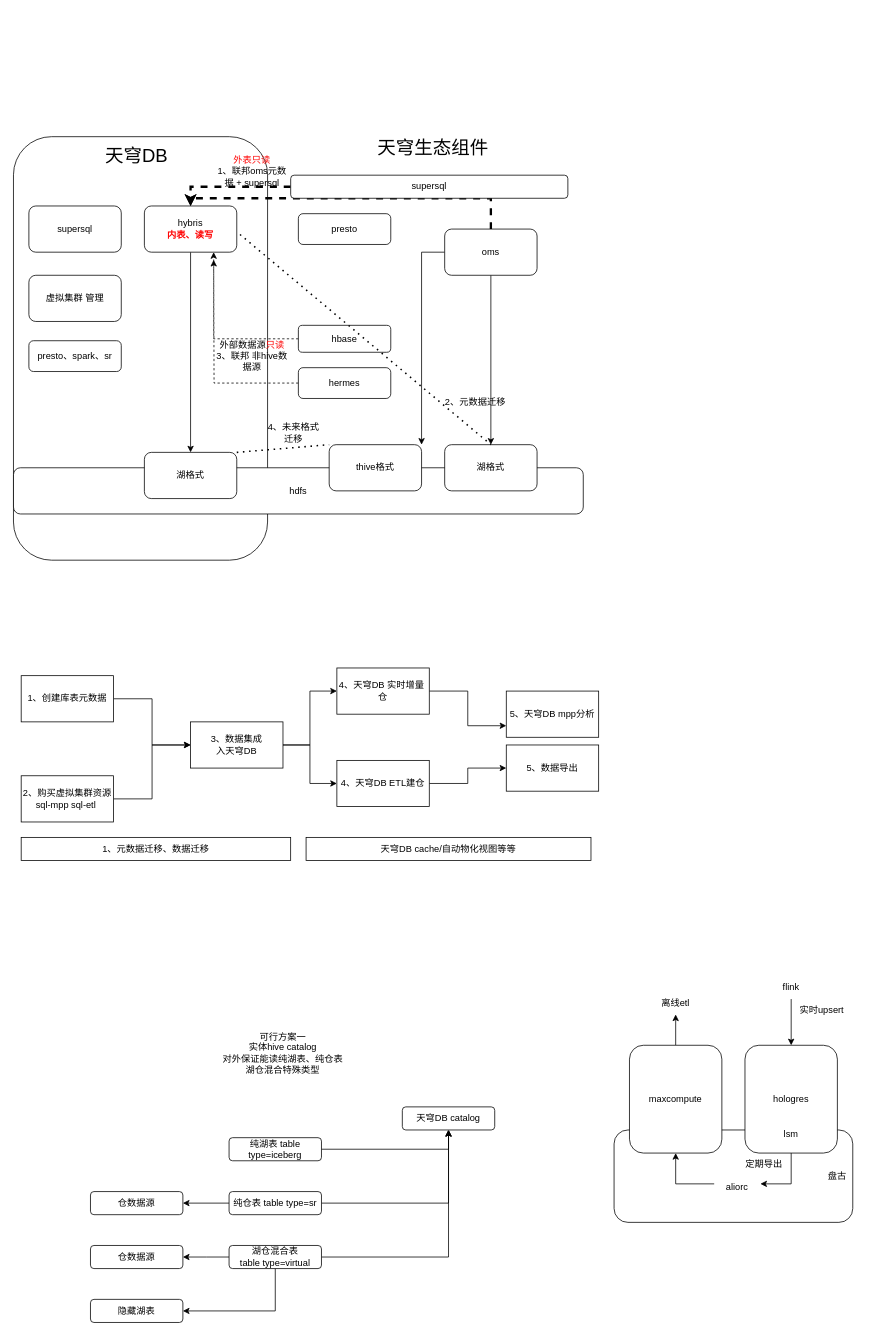
Above: 天穹db.drawio in yuhuali1989/ui (draw.io), before the change. Source tidied: cells renumbered, new cells numbered last; positions are measured from the earlier drawing's top-left corner, leaving out a move shared by most shapes. Both pictures are drawn from the tidied source at 77%, with x=0, y=0 at pixel (13, 129).
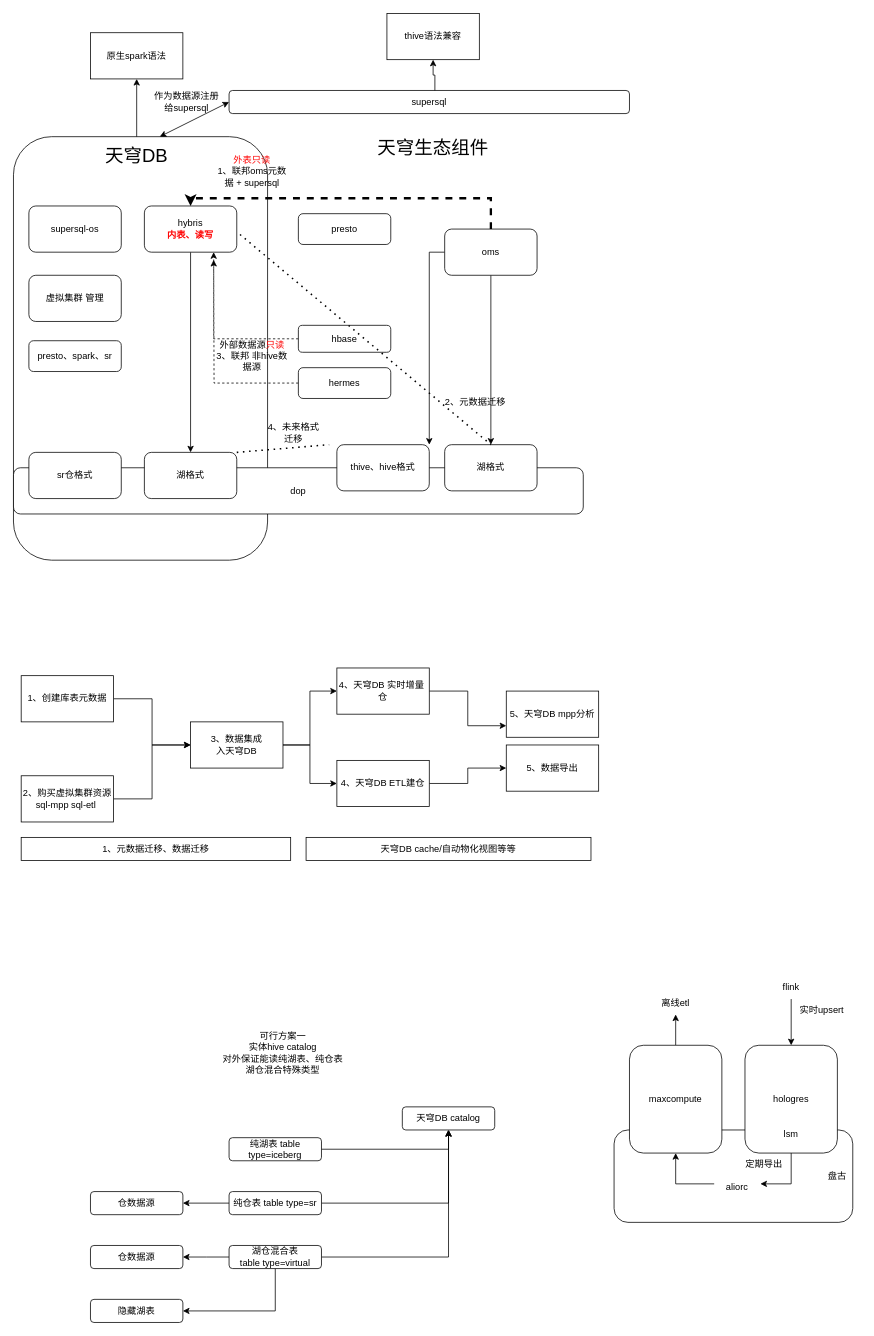
The same diagram, later.

The change refers to these unchanged cells:
```xml
<mxCell id="4" value="&lt;font style=&quot;font-size: 24px;&quot;&gt;天穹DB&lt;/font&gt;" style="text;html=1;strokeColor=none;fillColor=none;align=center;verticalAlign=middle;whiteSpace=wrap;rounded=0;" parent="1" vertex="1">
  <mxGeometry x="100" y="10" width="120" height="50" as="geometry" />
</mxCell>
<mxCell id="6" value="hybris&lt;br&gt;&lt;b&gt;&lt;font color=&quot;#ff0000&quot;&gt;内表、读写&lt;/font&gt;&lt;/b&gt;" style="rounded=1;whiteSpace=wrap;html=1;" parent="1" vertex="1">
  <mxGeometry x="170" y="100" width="120" height="60" as="geometry" />
</mxCell>
```

The edit, as a diff of the source:
```diff
@@
+    <mxCell id="74" style="edgeStyle=orthogonalEdgeStyle;rounded=0;jettySize=auto;html=1;" parent="1" edge="1" source="4" target="76">
+      <mxGeometry relative="1" as="geometry" />
+    </mxCell>
@@
-    <mxCell id="7" value="supersql" style="rounded=1;whiteSpace=wrap;html=1;" parent="1" vertex="1">
+    <mxCell id="7" value="supersql-os" style="rounded=1;whiteSpace=wrap;html=1;" parent="1" vertex="1">
       <mxGeometry x="20" y="100" width="120" height="60" as="geometry" />
     </mxCell>
-    <mxCell id="8" value="hdfs" style="rounded=1;whiteSpace=wrap;html=1;" parent="1" vertex="1">
+    <mxCell id="8" value="dop" style="rounded=1;whiteSpace=wrap;html=1;" parent="1" vertex="1">
       <mxGeometry y="440" width="740" height="60" as="geometry" />
     </mxCell>
@@
-    <mxCell id="13" style="edgeStyle=orthogonalEdgeStyle;rounded=0;jettySize=auto;html=1;entryX=0.5;entryY=0;entryDx=0;entryDy=0;dashed=1;strokeWidth=3;" parent="1" edge="1" source="14" target="6">
-      <mxGeometry relative="1" as="geometry" />
-    </mxCell>
     <mxCell id="14" value="supersql" style="rounded=1;whiteSpace=wrap;html=1;" parent="1" vertex="1">
-      <mxGeometry x="360" y="60" width="360" height="30" as="geometry" />
+      <mxGeometry x="280" y="-50" width="520" height="30" as="geometry" />
     </mxCell>
@@
-    <mxCell id="16" value="thive格式" style="rounded=1;whiteSpace=wrap;html=1;" parent="1" vertex="1">
-      <mxGeometry x="410" y="410" width="120" height="60" as="geometry" />
+    <mxCell id="16" value="thive、hive格式" style="rounded=1;whiteSpace=wrap;html=1;" parent="1" vertex="1">
+      <mxGeometry x="420" y="410" width="120" height="60" as="geometry" />
     </mxCell>
@@
+    <mxCell id="75" style="edgeStyle=orthogonalEdgeStyle;rounded=0;jettySize=auto;html=1;exitX=0.514;exitY=0;exitDx=0;exitDy=0;exitPerimeter=0;" parent="1" edge="1" source="14" target="77">
+      <mxGeometry relative="1" as="geometry" />
+    </mxCell>
@@
+    <mxCell id="76" value="原生spark语法" style="whiteSpace=wrap;html=1;" parent="1" vertex="1">
+      <mxGeometry x="100" y="-125" width="120" height="60" as="geometry" />
+    </mxCell>
+    <mxCell id="77" value="thive语法兼容" style="whiteSpace=wrap;html=1;" parent="1" vertex="1">
+      <mxGeometry x="485" y="-150" width="120" height="60" as="geometry" />
+    </mxCell>
+    <mxCell id="78" value="sr仓格式" style="rounded=1;whiteSpace=wrap;html=1;" parent="1" vertex="1">
+      <mxGeometry x="20" y="420" width="120" height="60" as="geometry" />
+    </mxCell>
+    <mxCell id="79" value="作为数据源注册给supersql" style="text;html=1;strokeColor=none;fillColor=none;align=center;verticalAlign=middle;whiteSpace=wrap;rounded=0;" parent="1" vertex="1">
+      <mxGeometry x="180" y="-50" width="90" height="30" as="geometry" />
+    </mxCell>
+    <mxCell id="80" style="endArrow=classic;startArrow=classic;html=1;rounded=0;entryX=0;entryY=0.5;entryDx=0;entryDy=0;" parent="1" edge="1" target="14">
+      <mxGeometry relative="1" as="geometry">
+        <mxPoint x="190" y="10" as="sourcePoint" />
+      </mxGeometry>
+    </mxCell>
```
